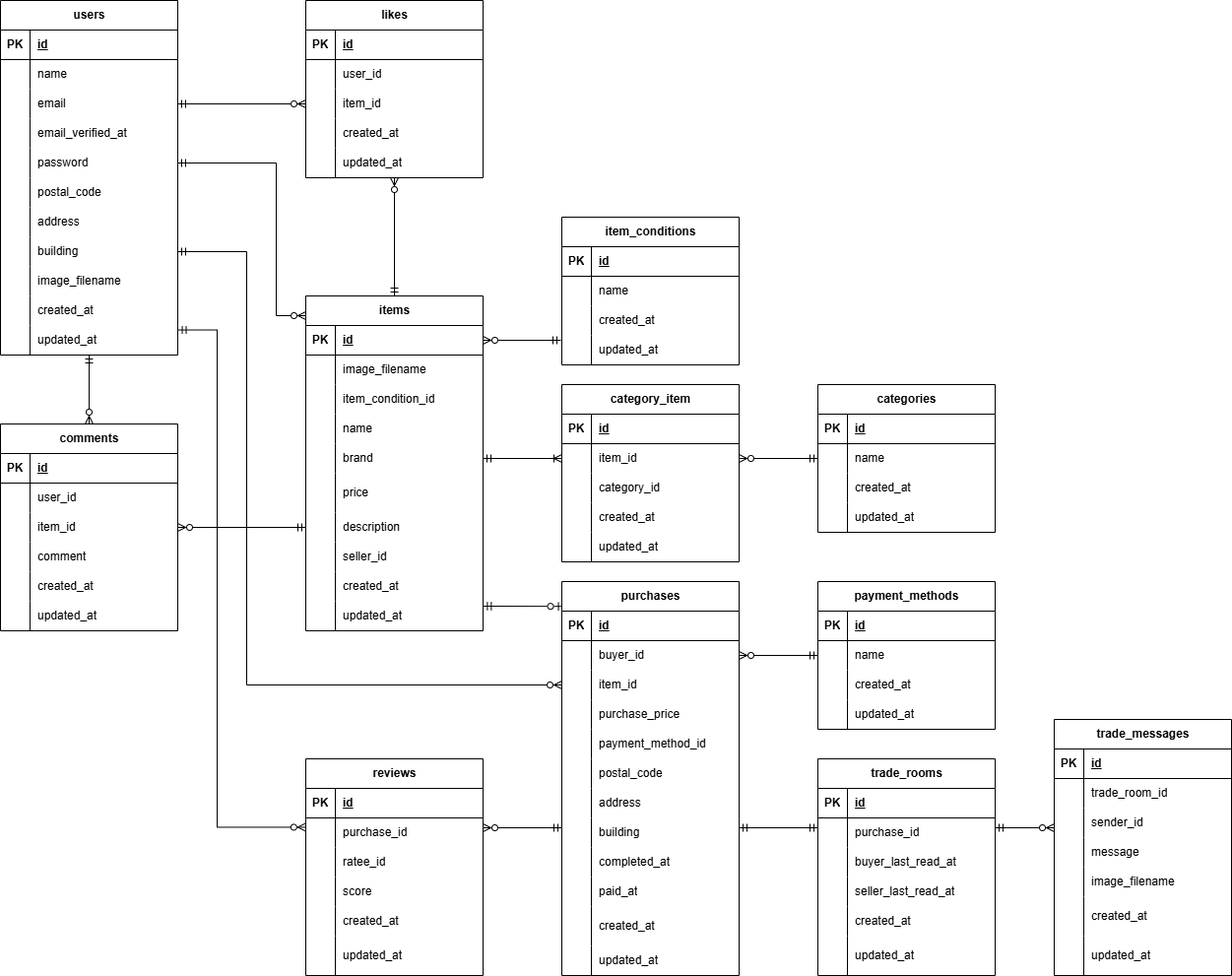
Before: erd/Case1.drawio.png, a diagram exported from draw.io (dasayo1215/Test2_FleaMarketApp). Source tidied: cells renumbered, new cells last; positions are measured from the earlier drawing's top-left corner, leaving out a move shared by most shapes.
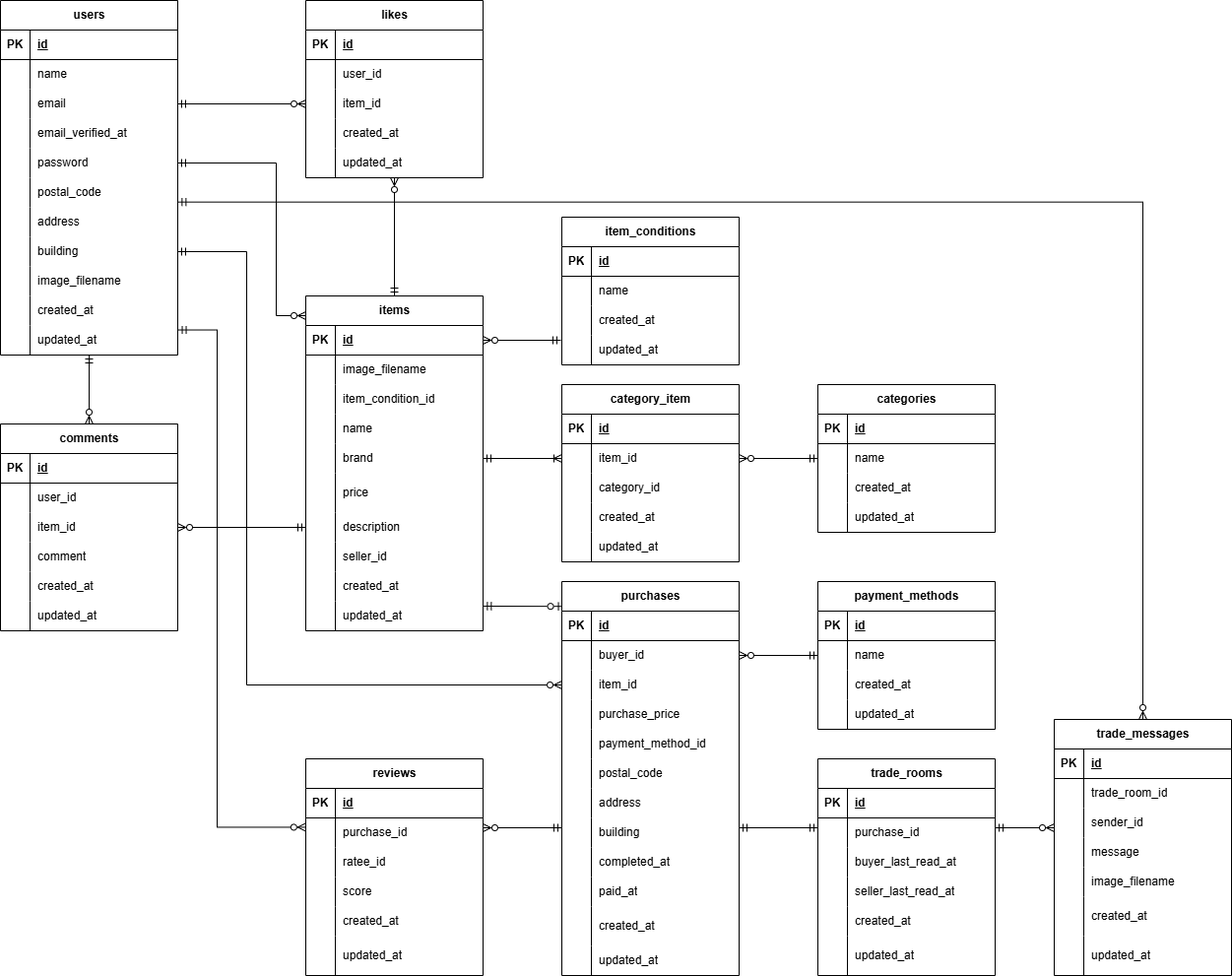
The same file after the commit.

What changed in the source:
```diff
@@ -829,5 +829,12 @@
         </Array>
       </mxGeometry>
     </mxCell>
+    <mxCell id="269" style="edgeStyle=elbowEdgeStyle;elbow=horizontal;endArrow=ERzeroToMany;html=1;curved=0;rounded=0;endSize=6;startSize=6;startArrow=ERmandOne;startFill=0;endFill=0;entryX=0.5;entryY=0;entryDx=0;entryDy=0;exitX=1.002;exitY=0.822;exitDx=0;exitDy=0;exitPerimeter=0;" parent="1" edge="1" source="20" target="225">
+      <mxGeometry relative="1" as="geometry">
+        <Array as="points">
+          <mxPoint x="1160" y="460" />
+        </Array>
+      </mxGeometry>
+    </mxCell>
   </root>
 </mxGraphModel>
```
